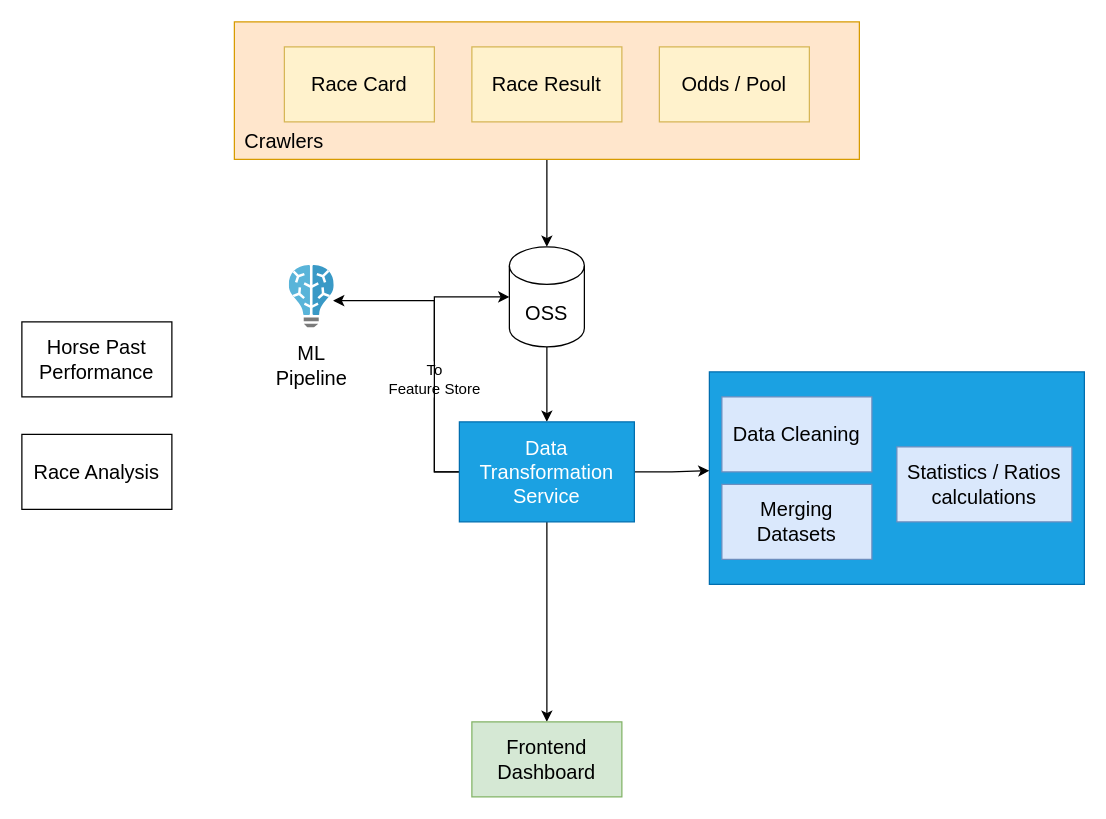
This is race_history.drawio from tommy202201/HKJC, a draw.io file, before an edit. Source tidied: cells renumbered, new cells numbered last; positions are measured from the earlier drawing's top-left corner, leaving out a move shared by most shapes. Both pictures are drawn from the tidied source at 125%, with x=0, y=0 at pixel (21, 21).
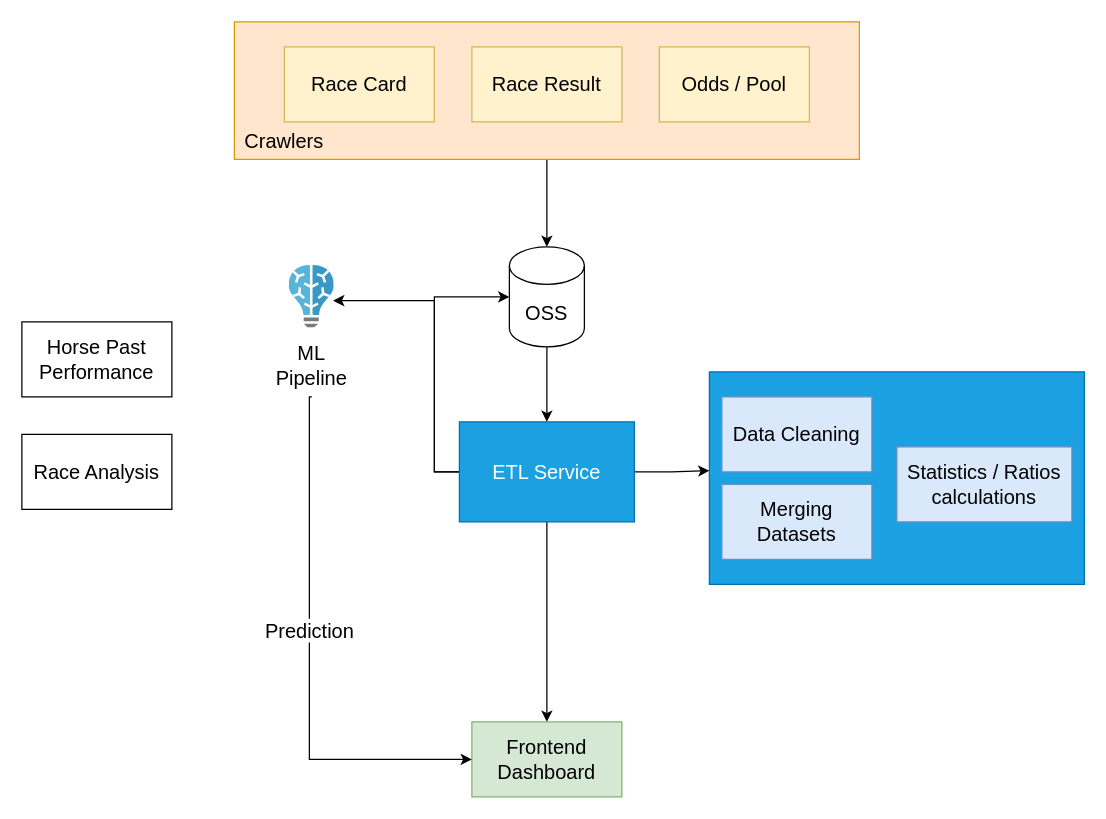
After the change.

The change refers to these unchanged cells:
```xml
<mxCell id="12" style="edgeStyle=orthogonalEdgeStyle;rounded=0;jettySize=auto;html=1;entryX=0;entryY=0.5;entryDx=0;entryDy=0;entryPerimeter=0;fontSize=16;" parent="1" edge="1" source="16" target="10">
  <mxGeometry relative="1" as="geometry">
    <Array as="points">
      <mxPoint x="330" y="360" />
      <mxPoint x="330" y="220" />
    </Array>
  </mxGeometry>
</mxCell>
<mxCell id="21" value="Frontend Dashboard" style="rounded=0;whiteSpace=wrap;html=1;fontSize=16;fillColor=#d5e8d4;strokeColor=#82b366;" parent="1" vertex="1">
  <mxGeometry x="360" y="560" width="120" height="60" as="geometry" />
</mxCell>
```

The edit, as a diff of the source:
```diff
@@
-    <mxCell id="13" value="To&lt;br style=&quot;font-size: 12px;&quot;&gt;Feature Store" style="edgeLabel;html=1;align=center;verticalAlign=middle;fontSize=12;" parent="12" vertex="1">
-      <mxGeometry x="-0.14" y="1" relative="1" as="geometry" />
-    </mxCell>
@@
-    <mxCell id="16" value="Data Transformation Service" style="rounded=0;whiteSpace=wrap;html=1;fontSize=16;fillColor=#1ba1e2;strokeColor=#006EAF;fontColor=#ffffff;" parent="1" vertex="1">
+    <mxCell id="16" value="ETL Service" style="rounded=0;whiteSpace=wrap;html=1;fontSize=16;fillColor=#1ba1e2;strokeColor=#006EAF;fontColor=#ffffff;" parent="1" vertex="1">
       <mxGeometry x="350" y="320" width="140" height="80" as="geometry" />
     </mxCell>
@@
+    <mxCell id="25" style="edgeStyle=orthogonalEdgeStyle;rounded=0;jettySize=auto;html=1;entryX=0;entryY=0.5;entryDx=0;entryDy=0;fontSize=16;" parent="1" edge="1" target="21">
+      <mxGeometry relative="1" as="geometry">
+        <mxPoint x="232" y="300" as="sourcePoint" />
+        <Array as="points">
+          <mxPoint x="230" y="590" />
+        </Array>
+      </mxGeometry>
+    </mxCell>
+    <mxCell id="26" value="Prediction" style="edgeLabel;html=1;align=center;verticalAlign=middle;fontSize=16;" parent="25" vertex="1">
+      <mxGeometry x="-0.11" y="-1" relative="1" as="geometry" />
+    </mxCell>
```
